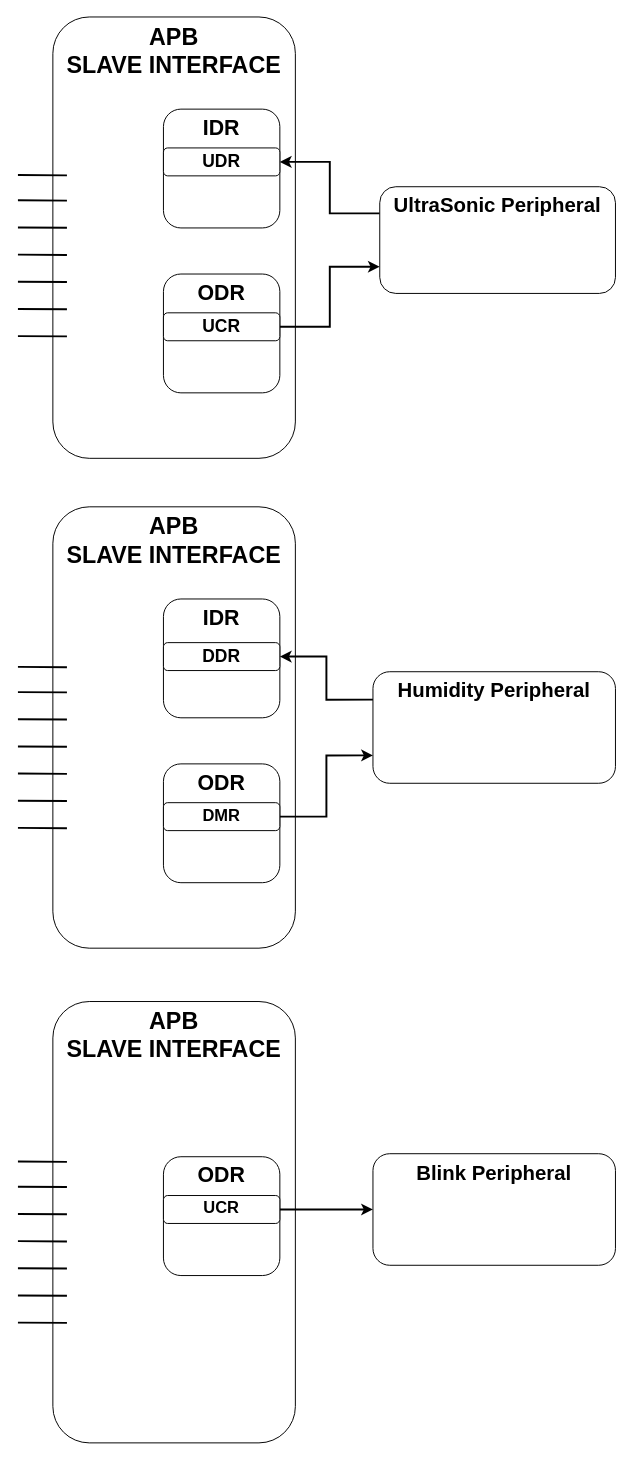
Before: Block Diagram/Ultra_DHT_Blink.drawio in heyhoo46/APB_Peripheral, a draw.io diagram. Source tidied: cells renumbered, new cells numbered last; positions are measured from the earlier drawing's top-left corner, leaving out a move shared by most shapes. Both pictures are drawn from the tidied source at 97%, with x=0, y=0 at pixel (17, 16).
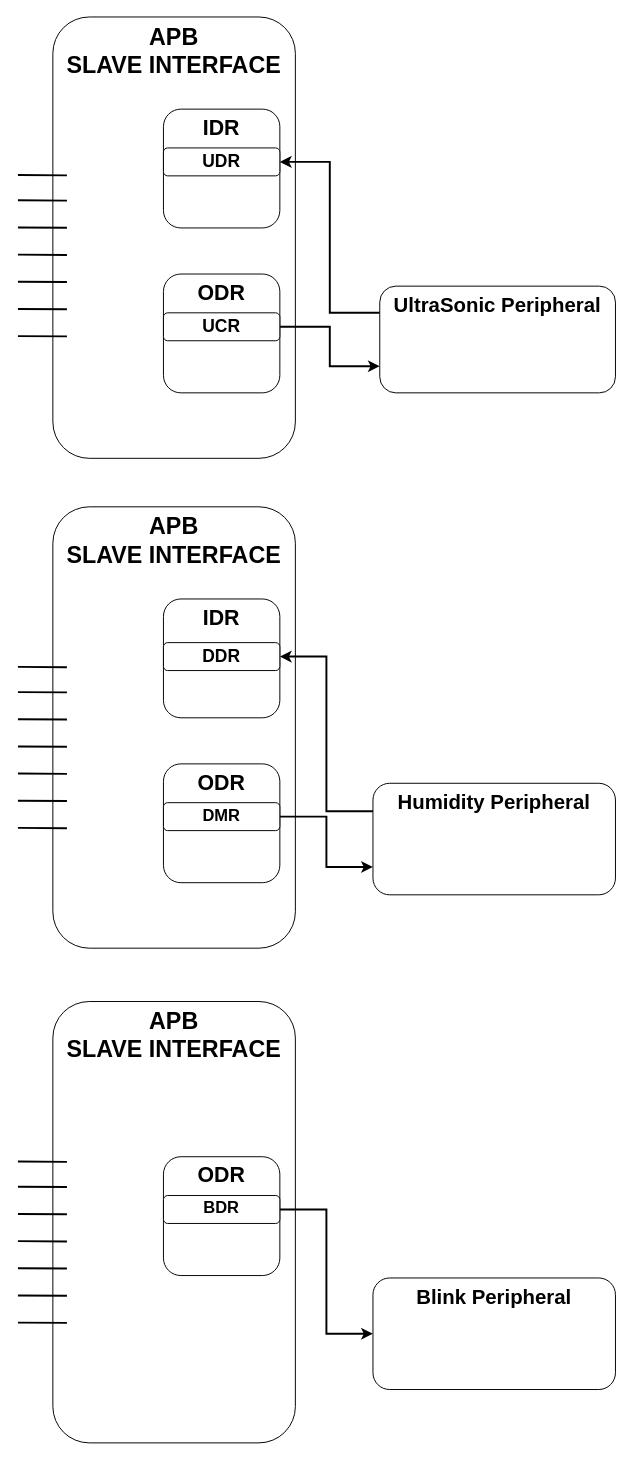
After the change.

Change to the diagram source:
```diff
@@
     <mxCell id="9" value="UltraSonic Peripheral" style="rounded=1;whiteSpace=wrap;html=1;fontStyle=1;fontSize=21;verticalAlign=top;" parent="1" vertex="1">
-      <mxGeometry x="373" y="175" width="243" height="110" as="geometry" />
+      <mxGeometry x="373" y="277.5" width="243" height="110" as="geometry" />
     </mxCell>
@@
     <mxCell id="17" value="Humidity Peripheral" style="rounded=1;whiteSpace=wrap;html=1;fontStyle=1;fontSize=21;verticalAlign=top;" parent="1" vertex="1">
-      <mxGeometry x="366" y="675" width="250" height="115" as="geometry" />
+      <mxGeometry x="366" y="790" width="250" height="115" as="geometry" />
     </mxCell>
@@
-    <mxCell id="21" value="&lt;b&gt;&lt;font style=&quot;font-size: 17px;&quot;&gt;UCR&lt;/font&gt;&lt;/b&gt;" style="rounded=1;whiteSpace=wrap;html=1;" parent="1" vertex="1">
+    <mxCell id="21" value="&lt;b&gt;&lt;font style=&quot;font-size: 17px;&quot;&gt;BDR&lt;/font&gt;&lt;/b&gt;" style="rounded=1;whiteSpace=wrap;html=1;" parent="1" vertex="1">
       <mxGeometry x="150" y="1215" width="120" height="28.8" as="geometry" />
     </mxCell>
     <mxCell id="22" value="Blink Peripheral" style="rounded=1;whiteSpace=wrap;html=1;fontStyle=1;fontSize=21;verticalAlign=top;" parent="1" vertex="1">
-      <mxGeometry x="366" y="1171.9" width="250" height="115" as="geometry" />
+      <mxGeometry x="366" y="1300" width="250" height="115" as="geometry" />
     </mxCell>
```
